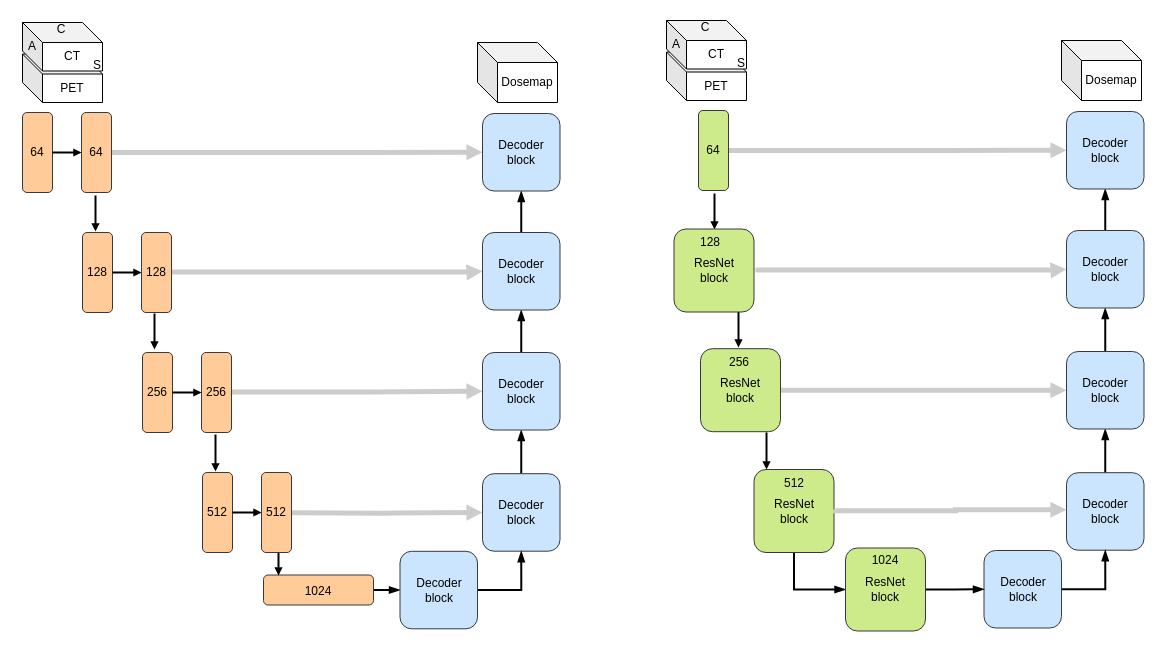
jizhang02/Figure-Factory keeps this draw.io diagram as page "3dunet" (1 of 7) of Fig_CS/treatment.drawio. Above is the earlier version. Source tidied: cells renumbered, new cells numbered last; positions are measured from the earlier drawing's top-left corner, leaving out a move shared by most shapes. Both pictures are drawn from the tidied source at 100%, with x=0, y=0 at pixel (-3, 17).
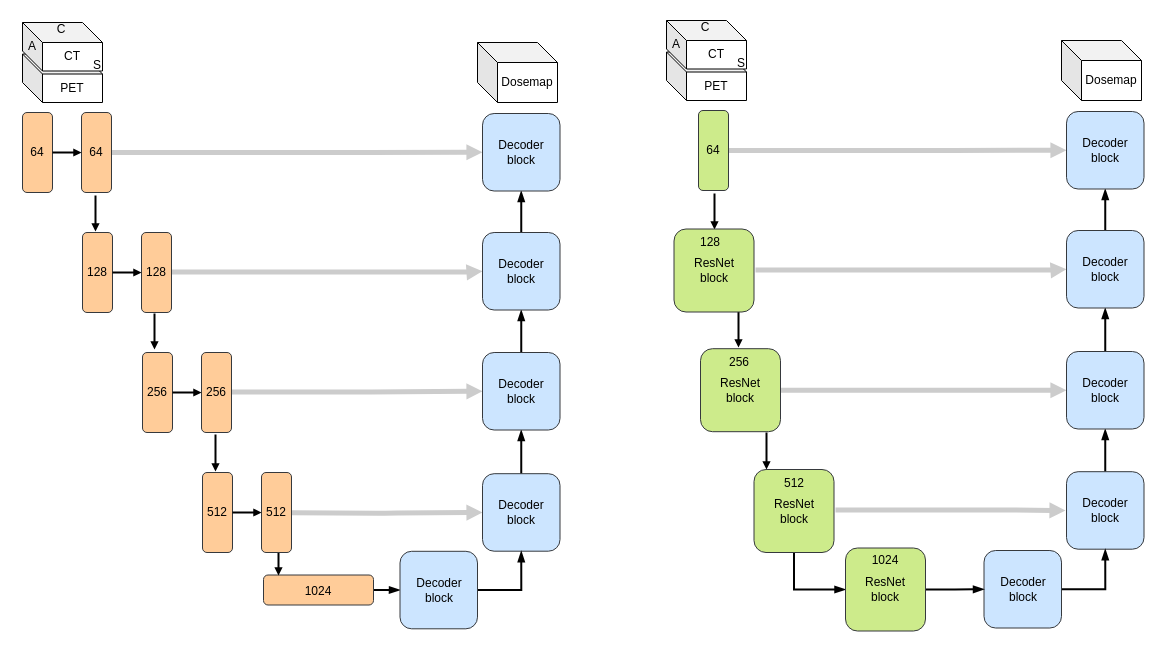
The same diagram, later.

What changed in the source:
```diff
@@
     <mxCell id="68" value="Decoder&lt;br&gt;block" style="rounded=1;whiteSpace=wrap;html=1;rotation=0;fillColor=#cce5ff;strokeColor=#36393d;" parent="1" vertex="1">
-      <mxGeometry x="1069" y="455.2" width="77.5" height="77.5" as="geometry" />
+      <mxGeometry x="1069" y="454.2" width="77.5" height="77.5" as="geometry" />
     </mxCell>
@@
-    <mxCell id="88" style="edgeStyle=orthogonalEdgeStyle;rounded=0;jumpStyle=none;jumpSize=3;orthogonalLoop=1;jettySize=auto;html=1;strokeWidth=5;startArrow=none;startFill=0;endArrow=block;endFill=1;startSize=3;endSize=3;entryX=0;entryY=0.5;entryDx=0;entryDy=0;strokeColor=#CCCCCC;" parent="1" edge="1">
-      <mxGeometry relative="1" as="geometry">
-        <mxPoint x="838" y="492" as="sourcePoint" />
-        <mxPoint x="1069" y="492.3" as="targetPoint" />
-        <Array as="points">
-          <mxPoint x="958" y="493.3" />
-        </Array>
-      </mxGeometry>
-    </mxCell>
+    <mxCell id="89" style="edgeStyle=orthogonalEdgeStyle;rounded=0;jumpStyle=none;jumpSize=3;orthogonalLoop=1;jettySize=auto;html=1;strokeWidth=5;startArrow=none;startFill=0;endArrow=block;endFill=1;startSize=3;endSize=3;exitX=1;exitY=0.5;exitDx=0;exitDy=0;strokeColor=#CCCCCC;" parent="1" edge="1">
+      <mxGeometry relative="1" as="geometry">
+        <mxPoint x="838" y="492.5" as="sourcePoint" />
+        <mxPoint x="1068" y="493" as="targetPoint" />
+        <Array as="points">
+          <mxPoint x="1013" y="492.5" />
+        </Array>
+      </mxGeometry>
+    </mxCell>
```
